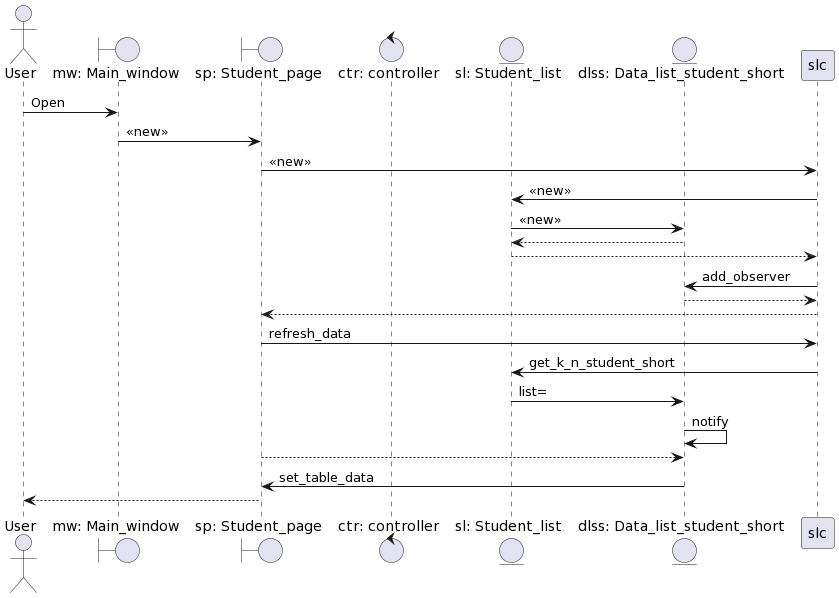
Above: lab2/diagrams/open.png in ColdEiler/pattern (PlantUML), before the change.
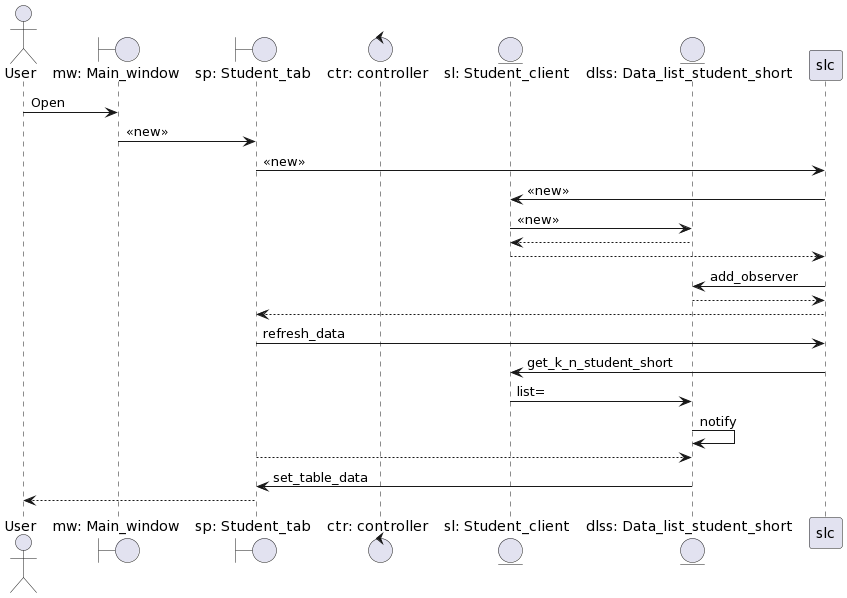
Later version of the same file.

Commit message:
изменения в диаграммах

Diff of the diagram source:
```diff
@@ -4,9 +4,9 @@
 
 actor       User                                as user
 boundary    "mw: Main_window"                   as mw
-boundary    "sp: Student_page"                  as sp
+boundary    "sp: Student_tab"                   as sp
 control     "ctr: controller"                   as ctr
-entity      "sl: Student_list"                  as sl
+entity      "sl: Student_сlient"                as sl
 entity      "dlss: Data_list_student_short"     as dlss
 
 user -> mw : Open
```
